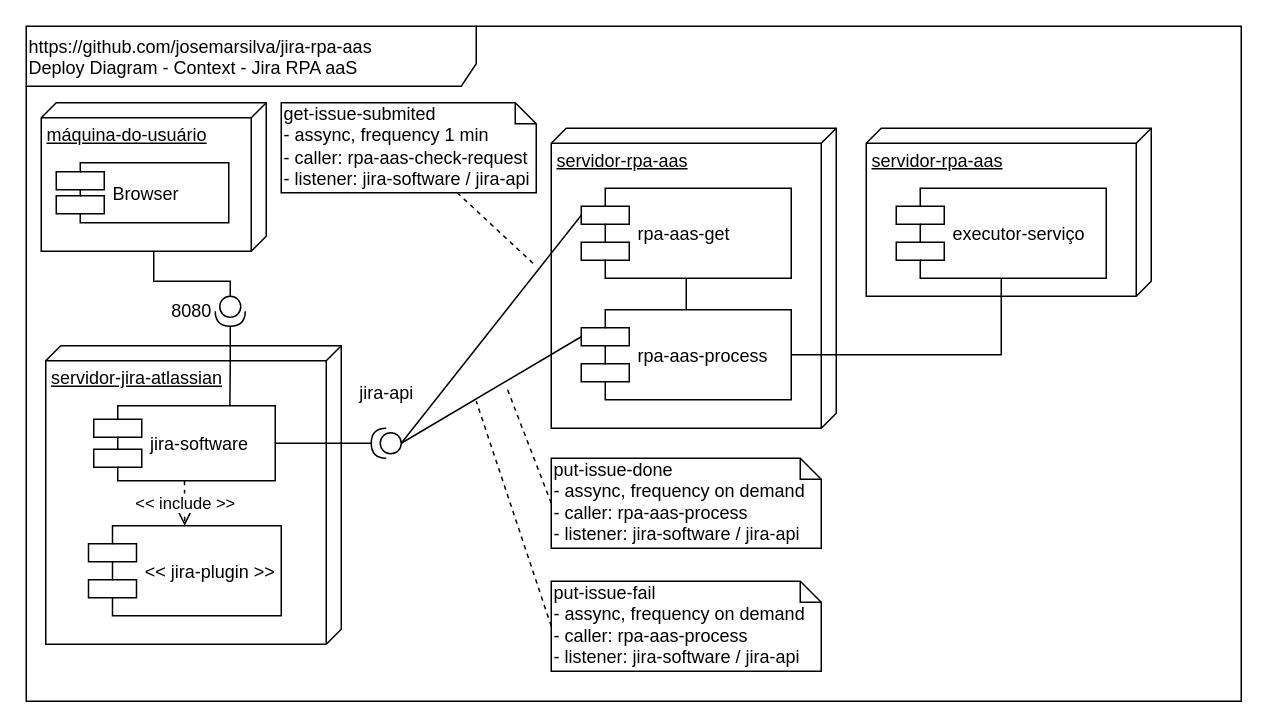
This is doc/DeployDiagram - Context.drawio from josemarsilva/jira-rpa-aas, a draw.io file, before an edit. Source tidied: cells renumbered, new cells numbered last; positions are measured from the earlier drawing's top-left corner, leaving out a move shared by most shapes. Both pictures are drawn from the tidied source at 150%, with x=0, y=0 at pixel (26, 26).
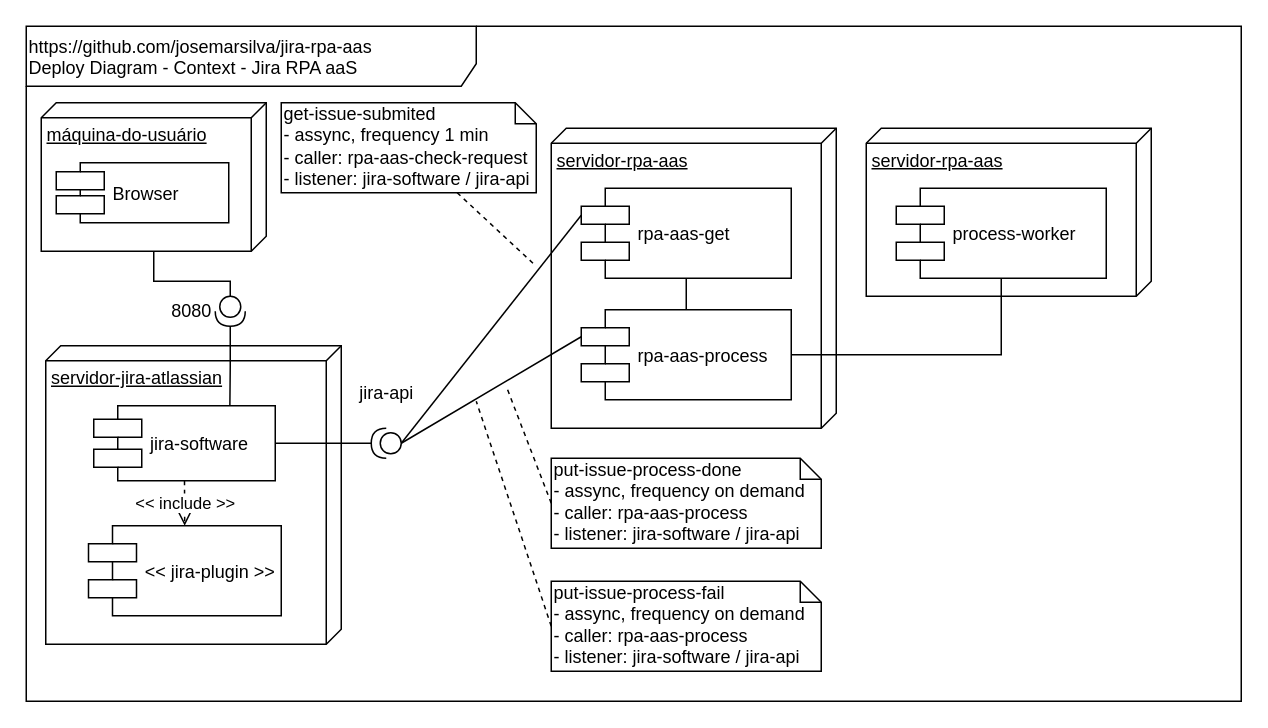
The same diagram, later.

Change to the diagram source:
```diff
@@
-    <mxCell id="25" value="put-issue-done&lt;br&gt;- assync, frequency on demand&lt;br&gt;- caller:&amp;nbsp;&lt;span style=&quot;white-space: nowrap&quot;&gt;rpa-aas-process&lt;/span&gt;&lt;br&gt;- listener: jira-software / jira-api" style="shape=note;whiteSpace=wrap;html=1;size=14;verticalAlign=top;align=left;spacingTop=-6;" parent="1" vertex="1">
+    <mxCell id="25" value="put-issue-process-done&lt;br&gt;- assync, frequency on demand&lt;br&gt;- caller:&amp;nbsp;&lt;span style=&quot;white-space: nowrap&quot;&gt;rpa-aas-process&lt;/span&gt;&lt;br&gt;- listener: jira-software / jira-api" style="shape=note;whiteSpace=wrap;html=1;size=14;verticalAlign=top;align=left;spacingTop=-6;" parent="1" vertex="1">
       <mxGeometry x="350" y="288" width="180" height="60" as="geometry" />
     </mxCell>
@@
-    <mxCell id="27" value="put-issue-fail&lt;br&gt;- assync, frequency on demand&lt;br&gt;- caller:&amp;nbsp;&lt;span style=&quot;white-space: nowrap&quot;&gt;rpa-aas-process&lt;/span&gt;&lt;br&gt;- listener: jira-software / jira-api" style="shape=note;whiteSpace=wrap;html=1;size=14;verticalAlign=top;align=left;spacingTop=-6;" parent="1" vertex="1">
+    <mxCell id="27" value="put-issue-process-fail&lt;br&gt;- assync, frequency on demand&lt;br&gt;- caller:&amp;nbsp;&lt;span style=&quot;white-space: nowrap&quot;&gt;rpa-aas-process&lt;/span&gt;&lt;br&gt;- listener: jira-software / jira-api" style="shape=note;whiteSpace=wrap;html=1;size=14;verticalAlign=top;align=left;spacingTop=-6;" parent="1" vertex="1">
       <mxGeometry x="350" y="370" width="180" height="60" as="geometry" />
     </mxCell>
@@
-    <mxCell id="29" value="executor-serviço" style="shape=component;align=left;spacingLeft=36;" parent="1" vertex="1">
+    <mxCell id="29" value="process-worker" style="shape=component;align=left;spacingLeft=36;" parent="1" vertex="1">
       <mxGeometry x="580" y="108" width="140" height="60" as="geometry" />
     </mxCell>
```
